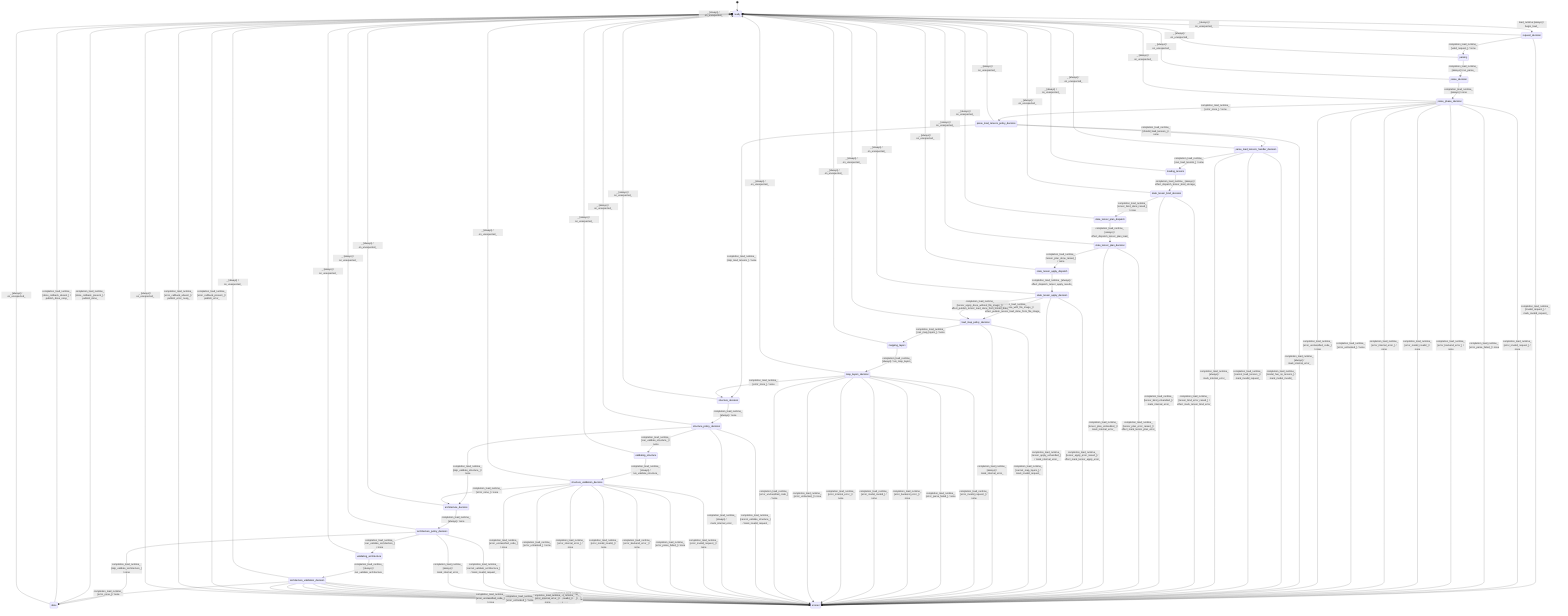
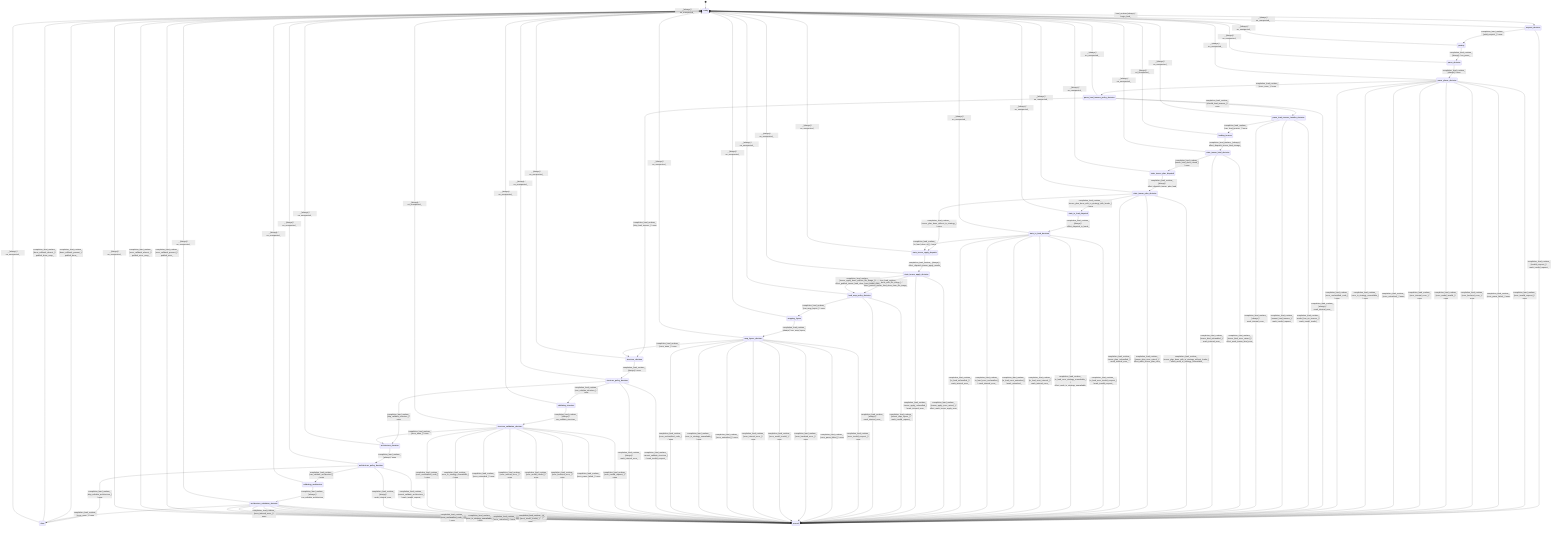
stateDiagram-v2
  direction TB
  [*] --> ready
  ready --> request_decision : load_runtime [always] / begin_load_
  request_decision --> parsing : completion_load_runtime_ [valid_request_] / none
  request_decision --> errored : completion_load_runtime_ [invalid_request_] / mark_invalid_request_
  parsing --> parse_decision : completion_load_runtime_ [always] / run_parse_
  parse_decision --> parse_phase_decision : completion_load_runtime_ [always] / none
  parse_phase_decision --> parse_load_tensors_policy_decision : completion_load_runtime_ [error_none_] / none
  parse_phase_decision --> errored : completion_load_runtime_ [error_invalid_request_] / none
  parse_phase_decision --> errored : completion_load_runtime_ [error_parse_failed_] / none
  parse_phase_decision --> errored : completion_load_runtime_ [error_backend_error_] / none
  parse_phase_decision --> errored : completion_load_runtime_ [error_model_invalid_] / none
  parse_phase_decision --> errored : completion_load_runtime_ [error_internal_error_] / none
  parse_phase_decision --> errored : completion_load_runtime_ [error_untracked_] / none
+   parse_phase_decision --> errored : completion_load_runtime_ [error_io_strategy_unavailable_] / none
  parse_phase_decision --> errored : completion_load_runtime_ [error_unclassified_code_] / none
  parse_load_tensors_policy_decision --> parse_load_tensors_handler_decision : completion_load_runtime_ [should_load_tensors_] / none
  parse_load_tensors_policy_decision --> structure_decision : completion_load_runtime_ [skip_load_tensors_] / none
  parse_load_tensors_policy_decision --> errored : completion_load_runtime_ [always] / mark_internal_error_
  parse_load_tensors_handler_decision --> loading_tensors : completion_load_runtime_ [can_load_tensors_] / none
  parse_load_tensors_handler_decision --> errored : completion_load_runtime_ [model_has_no_tensors_] / mark_model_invalid_
  parse_load_tensors_handler_decision --> errored : completion_load_runtime_ [cannot_load_tensors_] / mark_invalid_request_
  parse_load_tensors_handler_decision --> errored : completion_load_runtime_ [always] / mark_internal_error_
  loading_tensors --> state_tensor_bind_decision : completion_load_runtime_ [always] / effect_dispatch_tensor_bind_storage_
  state_tensor_bind_decision --> state_tensor_plan_dispatch : completion_load_runtime_ [tensor_bind_done_raised_] / none
  state_tensor_bind_decision --> errored : completion_load_runtime_ [tensor_bind_error_raised_] / effect_mark_tensor_bind_error_
  state_tensor_bind_decision --> errored : completion_load_runtime_ [tensor_bind_unhandled_] / mark_internal_error_
  state_tensor_plan_dispatch --> state_tensor_plan_decision : completion_load_runtime_ [always] / effect_dispatch_tensor_plan_load_
-   state_tensor_plan_decision --> state_tensor_apply_dispatch : completion_load_runtime_ [tensor_plan_done_raised_] / none
+   state_tensor_plan_decision --> state_tensor_apply_dispatch : completion_load_runtime_ [tensor_plan_done_without_io_strategy_] / none
+   state_tensor_plan_decision --> errored : completion_load_runtime_ [tensor_plan_done_with_io_strategy_without_loader_] / effect_mark_io_strategy_unavailable_
+   state_tensor_plan_decision --> state_io_load_dispatch : completion_load_runtime_ [tensor_plan_done_with_io_strategy_with_loader_] / none
  state_tensor_plan_decision --> errored : completion_load_runtime_ [tensor_plan_error_raised_] / effect_mark_tensor_plan_error_
  state_tensor_plan_decision --> errored : completion_load_runtime_ [tensor_plan_unhandled_] / mark_internal_error_
+   state_io_load_dispatch --> state_io_load_decision : completion_load_runtime_ [always] / effect_dispatch_io_loads_
+   state_io_load_decision --> state_tensor_apply_dispatch : completion_load_runtime_ [io_load_done_all_] / none
+   state_io_load_decision --> errored : completion_load_runtime_ [io_load_error_invalid_request_] / mark_invalid_request_
+   state_io_load_decision --> errored : completion_load_runtime_ [io_load_error_strategy_unavailable_] / effect_mark_io_strategy_unavailable_
+   state_io_load_decision --> errored : completion_load_runtime_ [io_load_error_internal_] / mark_internal_error_
+   state_io_load_decision --> errored : completion_load_runtime_ [io_load_error_untracked_] / mark_untracked_
+   state_io_load_decision --> errored : completion_load_runtime_ [io_load_error_unclassified_] / mark_internal_error_
+   state_io_load_decision --> errored : completion_load_runtime_ [io_load_unhandled_] / mark_internal_error_
  state_tensor_apply_dispatch --> state_tensor_apply_decision : completion_load_runtime_ [always] / effect_dispatch_tensor_apply_results_
  state_tensor_apply_decision --> load_map_policy_decision : completion_load_runtime_ [tensor_apply_done_with_file_image_] / effect_publish_tensor_load_done_from_file_image_
  state_tensor_apply_decision --> load_map_policy_decision : completion_load_runtime_ [tensor_apply_done_without_file_image_] / effect_publish_tensor_load_done_from_model_data_
  state_tensor_apply_decision --> errored : completion_load_runtime_ [tensor_apply_error_raised_] / effect_mark_tensor_apply_error_
  state_tensor_apply_decision --> errored : completion_load_runtime_ [tensor_apply_unhandled_] / mark_internal_error_
  load_map_policy_decision --> mapping_layers : completion_load_runtime_ [can_map_layers_] / none
  load_map_policy_decision --> errored : completion_load_runtime_ [cannot_map_layers_] / mark_invalid_request_
  load_map_policy_decision --> errored : completion_load_runtime_ [always] / mark_internal_error_
  mapping_layers --> map_layers_decision : completion_load_runtime_ [always] / run_map_layers_
  map_layers_decision --> structure_decision : completion_load_runtime_ [error_none_] / none
  map_layers_decision --> errored : completion_load_runtime_ [error_invalid_request_] / none
  map_layers_decision --> errored : completion_load_runtime_ [error_parse_failed_] / none
  map_layers_decision --> errored : completion_load_runtime_ [error_backend_error_] / none
  map_layers_decision --> errored : completion_load_runtime_ [error_model_invalid_] / none
  map_layers_decision --> errored : completion_load_runtime_ [error_internal_error_] / none
  map_layers_decision --> errored : completion_load_runtime_ [error_untracked_] / none
+   map_layers_decision --> errored : completion_load_runtime_ [error_io_strategy_unavailable_] / none
  map_layers_decision --> errored : completion_load_runtime_ [error_unclassified_code_] / none
  structure_decision --> structure_policy_decision : completion_load_runtime_ [always] / none
  structure_policy_decision --> architecture_decision : completion_load_runtime_ [skip_validate_structure_] / none
  structure_policy_decision --> validating_structure : completion_load_runtime_ [can_validate_structure_] / none
  structure_policy_decision --> errored : completion_load_runtime_ [cannot_validate_structure_] / mark_invalid_request_
  structure_policy_decision --> errored : completion_load_runtime_ [always] / mark_internal_error_
  validating_structure --> structure_validation_decision : completion_load_runtime_ [always] / run_validate_structure_
  structure_validation_decision --> architecture_decision : completion_load_runtime_ [error_none_] / none
  structure_validation_decision --> errored : completion_load_runtime_ [error_invalid_request_] / none
  structure_validation_decision --> errored : completion_load_runtime_ [error_parse_failed_] / none
  structure_validation_decision --> errored : completion_load_runtime_ [error_backend_error_] / none
  structure_validation_decision --> errored : completion_load_runtime_ [error_model_invalid_] / none
  structure_validation_decision --> errored : completion_load_runtime_ [error_internal_error_] / none
  structure_validation_decision --> errored : completion_load_runtime_ [error_untracked_] / none
+   structure_validation_decision --> errored : completion_load_runtime_ [error_io_strategy_unavailable_] / none
  structure_validation_decision --> errored : completion_load_runtime_ [error_unclassified_code_] / none
  architecture_decision --> architecture_policy_decision : completion_load_runtime_ [always] / none
  architecture_policy_decision --> done : completion_load_runtime_ [skip_validate_architecture_] / none
  architecture_policy_decision --> validating_architecture : completion_load_runtime_ [can_validate_architecture_] / none
  architecture_policy_decision --> errored : completion_load_runtime_ [cannot_validate_architecture_] / mark_invalid_request_
  architecture_policy_decision --> errored : completion_load_runtime_ [always] / mark_internal_error_
  validating_architecture --> architecture_validation_decision : completion_load_runtime_ [always] / run_validate_architecture_
  architecture_validation_decision --> done : completion_load_runtime_ [error_none_] / none
  architecture_validation_decision --> errored : completion_load_runtime_ [error_invalid_request_] / none
  architecture_validation_decision --> errored : completion_load_runtime_ [error_parse_failed_] / none
  architecture_validation_decision --> errored : completion_load_runtime_ [error_backend_error_] / none
  architecture_validation_decision --> errored : completion_load_runtime_ [error_model_invalid_] / none
  architecture_validation_decision --> errored : completion_load_runtime_ [error_internal_error_] / none
  architecture_validation_decision --> errored : completion_load_runtime_ [error_untracked_] / none
+   architecture_validation_decision --> errored : completion_load_runtime_ [error_io_strategy_unavailable_] / none
  architecture_validation_decision --> errored : completion_load_runtime_ [error_unclassified_code_] / none
  done --> ready : completion_load_runtime_ [done_callback_present_] / publish_done_
  done --> ready : completion_load_runtime_ [done_callback_absent_] / publish_done_noop_
  errored --> ready : completion_load_runtime_ [error_callback_present_] / publish_error_
  errored --> ready : completion_load_runtime_ [error_callback_absent_] / publish_error_noop_
  ready --> ready : _ [always] / on_unexpected_
  request_decision --> ready : _ [always] / on_unexpected_
  parsing --> ready : _ [always] / on_unexpected_
  parse_decision --> ready : _ [always] / on_unexpected_
  parse_phase_decision --> ready : _ [always] / on_unexpected_
  parse_load_tensors_policy_decision --> ready : _ [always] / on_unexpected_
  parse_load_tensors_handler_decision --> ready : _ [always] / on_unexpected_
  loading_tensors --> ready : _ [always] / on_unexpected_
  state_tensor_bind_decision --> ready : _ [always] / on_unexpected_
  state_tensor_plan_dispatch --> ready : _ [always] / on_unexpected_
  state_tensor_plan_decision --> ready : _ [always] / on_unexpected_
+   state_io_load_dispatch --> ready : _ [always] / on_unexpected_
+   state_io_load_decision --> ready : _ [always] / on_unexpected_
  state_tensor_apply_dispatch --> ready : _ [always] / on_unexpected_
  state_tensor_apply_decision --> ready : _ [always] / on_unexpected_
  load_map_policy_decision --> ready : _ [always] / on_unexpected_
  mapping_layers --> ready : _ [always] / on_unexpected_
  map_layers_decision --> ready : _ [always] / on_unexpected_
  structure_decision --> ready : _ [always] / on_unexpected_
  structure_policy_decision --> ready : _ [always] / on_unexpected_
  validating_structure --> ready : _ [always] / on_unexpected_
  structure_validation_decision --> ready : _ [always] / on_unexpected_
  architecture_decision --> ready : _ [always] / on_unexpected_
  architecture_policy_decision --> ready : _ [always] / on_unexpected_
  validating_architecture --> ready : _ [always] / on_unexpected_
  architecture_validation_decision --> ready : _ [always] / on_unexpected_
  done --> ready : _ [always] / on_unexpected_
  errored --> ready : _ [always] / on_unexpected_
